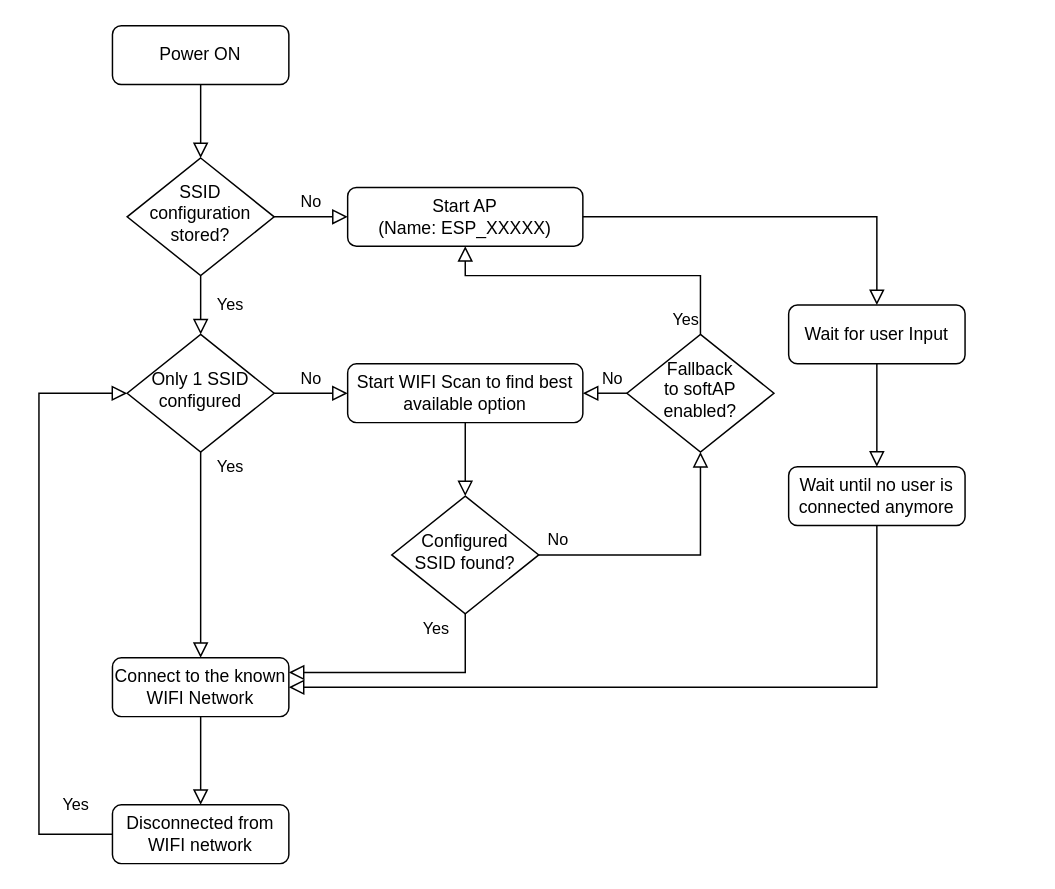
Earlier version of the draw.io diagram documentation/wifimanager.drawio.xml (MartinVerges/esp32-wifi-manager). Source tidied: cells renumbered, new cells numbered last; positions are measured from the earlier drawing's top-left corner, leaving out a move shared by most shapes. Both pictures are drawn from the tidied source at 147%, with x=0, y=0 at pixel (38, 25).
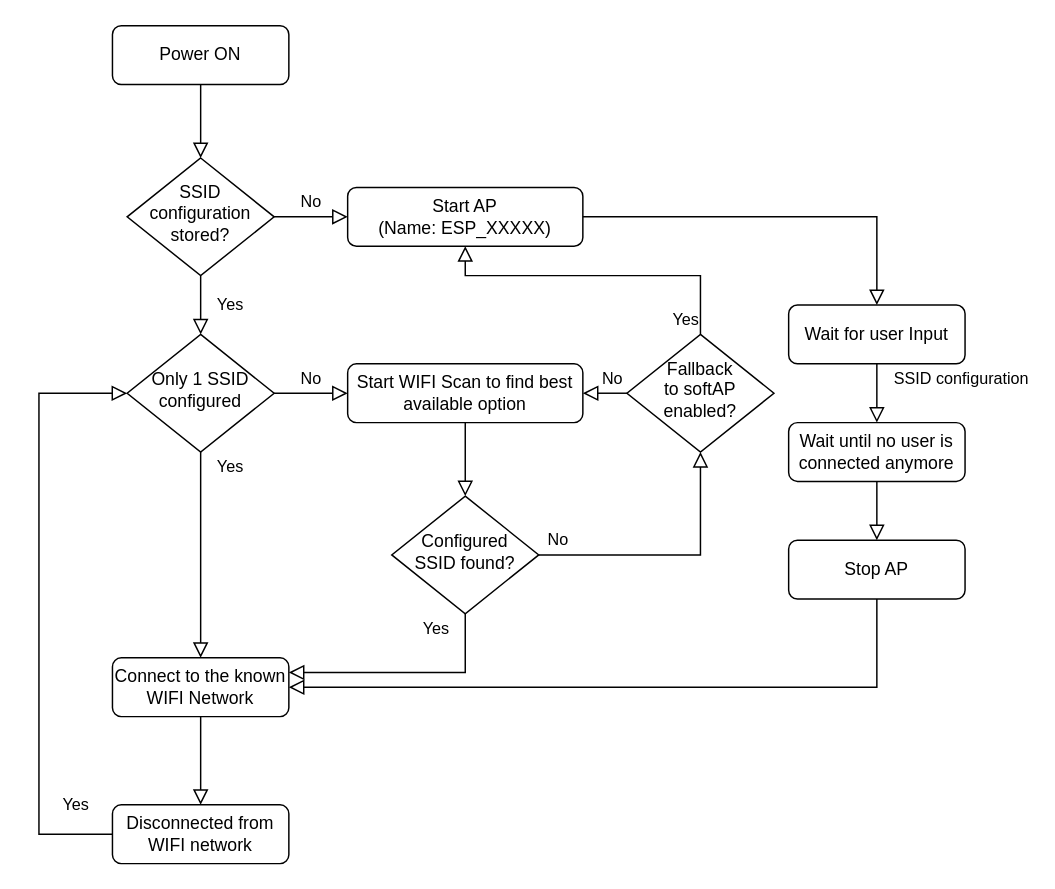
The same diagram, later.

Unchanged cells that the change refers to:
```xml
<mxCell id="11" value="Connect to the known WIFI Network" style="rounded=1;whiteSpace=wrap;html=1;fontSize=12;glass=0;strokeWidth=1;shadow=0;" parent="1" vertex="1">
  <mxGeometry x="50" y="430" width="120" height="40" as="geometry" />
</mxCell>
<mxCell id="21" value="Wait for user Input" style="rounded=1;whiteSpace=wrap;html=1;fontSize=12;glass=0;strokeWidth=1;shadow=0;" parent="1" vertex="1">
  <mxGeometry x="510" y="190" width="120" height="40" as="geometry" />
</mxCell>
```

Change to the diagram source:
```diff
@@
     <mxCell id="22" value="Wait until no user is connected anymore" style="rounded=1;whiteSpace=wrap;html=1;fontSize=12;glass=0;strokeWidth=1;shadow=0;" parent="1" vertex="1">
-      <mxGeometry x="510" y="300" width="120" height="40" as="geometry" />
+      <mxGeometry x="510" y="270" width="120" height="40" as="geometry" />
     </mxCell>
-    <mxCell id="23" style="rounded=0;html=1;jettySize=auto;fontSize=11;endArrow=block;endFill=0;endSize=8;strokeWidth=1;shadow=0;labelBackgroundColor=none;edgeStyle=orthogonalEdgeStyle;exitX=0.5;exitY=1;exitDx=0;exitDy=0;entryX=0.5;entryY=0;entryDx=0;entryDy=0;" parent="1" edge="1" source="21" target="22">
-      <mxGeometry x="0.09" y="-10" relative="1" as="geometry" />
-    </mxCell>
-    <mxCell id="24" style="rounded=0;html=1;jettySize=auto;fontSize=11;endArrow=block;endFill=0;endSize=8;strokeWidth=1;shadow=0;labelBackgroundColor=none;edgeStyle=orthogonalEdgeStyle;entryX=1;entryY=0.5;entryDx=0;entryDy=0;exitX=0.5;exitY=1;exitDx=0;exitDy=0;" parent="1" edge="1" source="22" target="11">
+    <mxCell id="24" style="rounded=0;html=1;jettySize=auto;fontSize=11;endArrow=block;endFill=0;endSize=8;strokeWidth=1;shadow=0;labelBackgroundColor=none;edgeStyle=orthogonalEdgeStyle;entryX=1;entryY=0.5;entryDx=0;entryDy=0;exitX=0.5;exitY=1;exitDx=0;exitDy=0;" parent="1" edge="1" source="28" target="11">
       <mxGeometry x="0.09" y="-10" relative="1" as="geometry">
         <Array as="points">
           <mxPoint x="570" y="450" />
         </Array>
       </mxGeometry>
     </mxCell>
@@
+    <mxCell id="28" value="Stop AP" style="rounded=1;whiteSpace=wrap;html=1;fontSize=12;glass=0;strokeWidth=1;shadow=0;" parent="1" vertex="1">
+      <mxGeometry x="510" y="350" width="120" height="40" as="geometry" />
+    </mxCell>
+    <mxCell id="29" value="SSID configuration" style="rounded=0;html=1;jettySize=auto;fontSize=11;endArrow=block;endFill=0;endSize=8;strokeWidth=1;shadow=0;labelBackgroundColor=none;edgeStyle=orthogonalEdgeStyle;exitX=0.5;exitY=1;exitDx=0;exitDy=0;align=left;" parent="1" edge="1" source="21">
+      <mxGeometry x="-0.5" y="10" relative="1" as="geometry">
+        <mxPoint x="570" y="270" as="targetPoint" />
+      </mxGeometry>
+    </mxCell>
+    <mxCell id="30" style="rounded=0;html=1;jettySize=auto;fontSize=11;endArrow=block;endFill=0;endSize=8;strokeWidth=1;shadow=0;labelBackgroundColor=none;edgeStyle=orthogonalEdgeStyle;exitX=0.5;exitY=1;exitDx=0;exitDy=0;align=left;entryX=0.5;entryY=0;entryDx=0;entryDy=0;" parent="1" edge="1" source="22" target="28">
+      <mxGeometry x="-0.5" y="10" relative="1" as="geometry" />
+    </mxCell>
```
